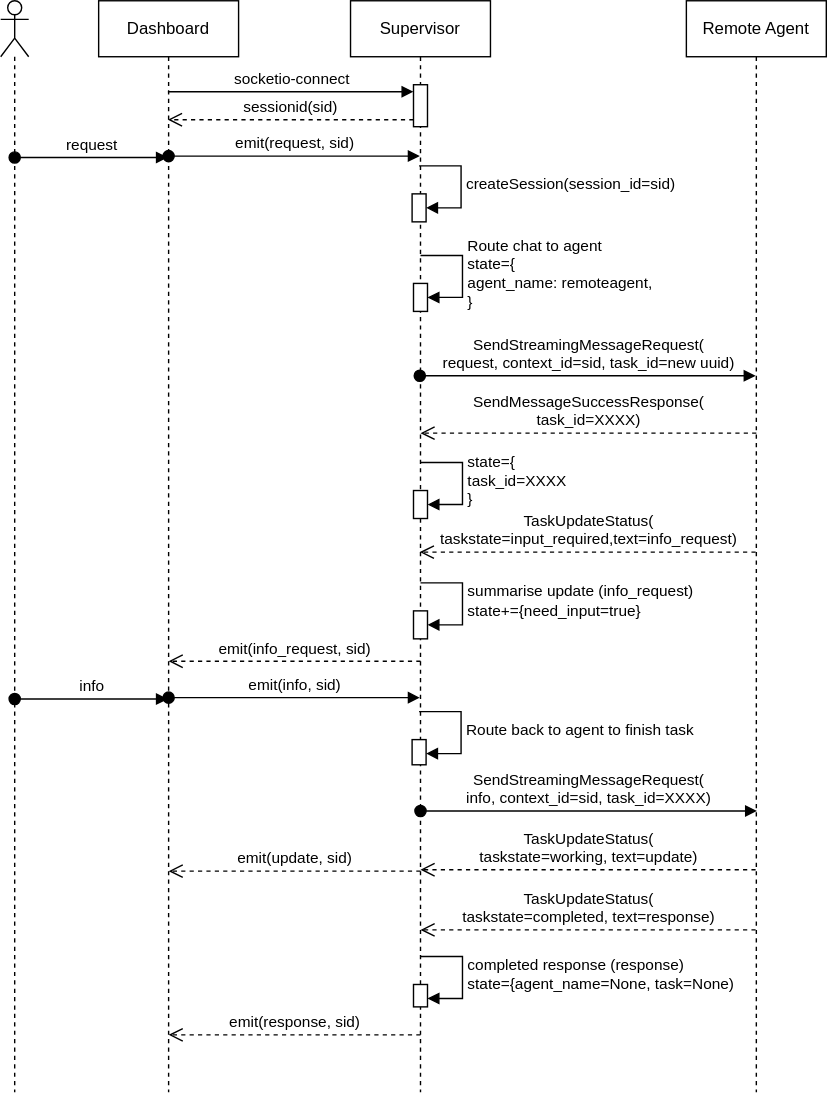
LeegenSteven/NetworkAgent-dev keeps this draw.io diagram as drawings/agent/chatinteraction.drawio.svg. Above is the earlier version. Source tidied: cells renumbered, new cells last; positions are measured from the earlier drawing's top-left corner, leaving out a move shared by most shapes.
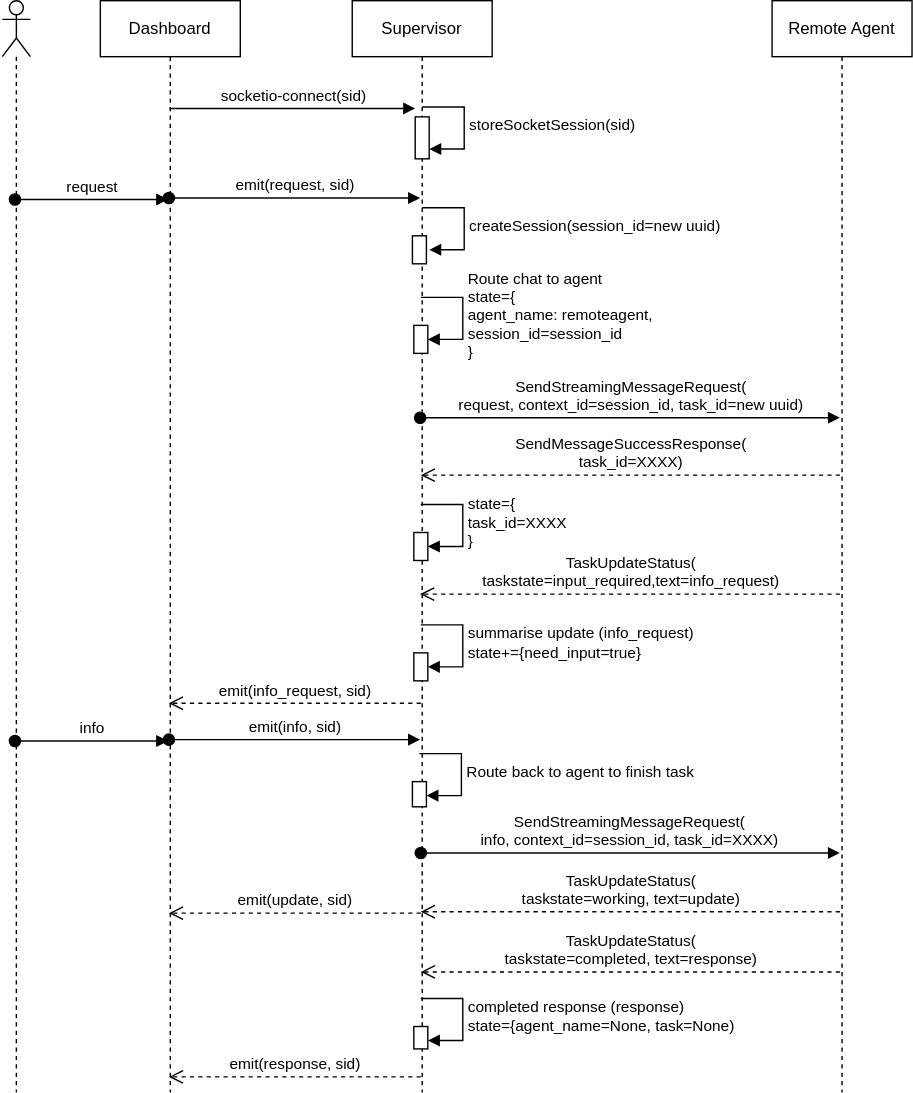
After the change.

What changed in the source:
```diff
@@ -12,160 +12,170 @@
       <mxGeometry x="250" width="100" height="780" as="geometry" />
     </mxCell>
     <mxCell id="5" style="html=1;points=[[0,0,0,0,5],[0,1,0,0,-5],[1,0,0,0,5],[1,1,0,0,-5]];perimeter=orthogonalPerimeter;outlineConnect=0;targetShapes=umlLifeline;portConstraint=eastwest;newEdgeStyle={&quot;curved&quot;:0,&quot;rounded&quot;:0};" parent="4" vertex="1">
-      <mxGeometry x="45" y="60" width="10" height="30" as="geometry" />
+      <mxGeometry x="45" y="83" width="10" height="30" as="geometry" />
     </mxCell>
     <mxCell id="6" style="html=1;points=[[0,0,0,0,5],[0,1,0,0,-5],[1,0,0,0,5],[1,1,0,0,-5]];perimeter=orthogonalPerimeter;outlineConnect=0;targetShapes=umlLifeline;portConstraint=eastwest;newEdgeStyle={&quot;curved&quot;:0,&quot;rounded&quot;:0};" parent="4" vertex="1">
-      <mxGeometry x="45" y="202" width="10" height="20" as="geometry" />
+      <mxGeometry x="44" y="232" width="10" height="20" as="geometry" />
     </mxCell>
-    <mxCell id="7" value="Route chat to agent&lt;div&gt;&amp;nbsp; state={&lt;/div&gt;&lt;div&gt;&amp;nbsp; &amp;nbsp; agent_name: remoteagent,&amp;nbsp;&lt;/div&gt;&lt;div&gt;&lt;span style=&quot;background-color: light-dark(#ffffff, var(--ge-dark-color, #121212));&quot;&gt;&amp;nbsp; }&lt;/span&gt;&lt;/div&gt;" style="html=1;align=left;spacingLeft=2;endArrow=block;rounded=0;edgeStyle=orthogonalEdgeStyle;curved=0;rounded=0;" parent="4" edge="1" target="6">
+    <mxCell id="7" value="Route chat to agent&lt;div&gt;&amp;nbsp; state={&lt;/div&gt;&lt;div&gt;&amp;nbsp; &amp;nbsp; agent_name: remoteagent,&lt;/div&gt;&lt;div&gt;&amp;nbsp; &amp;nbsp; session_id=session_id&amp;nbsp;&lt;/div&gt;&lt;div&gt;&lt;span style=&quot;background-color: light-dark(#ffffff, var(--ge-dark-color, #121212));&quot;&gt;&amp;nbsp; }&lt;/span&gt;&lt;/div&gt;" style="html=1;align=left;spacingLeft=2;endArrow=block;rounded=0;edgeStyle=orthogonalEdgeStyle;curved=0;rounded=0;" parent="4" edge="1" target="6">
       <mxGeometry x="0.01" relative="1" as="geometry">
-        <mxPoint x="50" y="182" as="sourcePoint" />
+        <mxPoint x="49" y="212" as="sourcePoint" />
         <Array as="points">
-          <mxPoint x="80" y="212" />
+          <mxPoint x="79" y="242" />
         </Array>
       </mxGeometry>
     </mxCell>
     <mxCell id="8" style="html=1;points=[[0,0,0,0,5],[0,1,0,0,-5],[1,0,0,0,5],[1,1,0,0,-5]];perimeter=orthogonalPerimeter;outlineConnect=0;targetShapes=umlLifeline;portConstraint=eastwest;newEdgeStyle={&quot;curved&quot;:0,&quot;rounded&quot;:0};" parent="4" vertex="1">
-      <mxGeometry x="44" y="138" width="10" height="20" as="geometry" />
+      <mxGeometry x="43" y="168" width="10" height="20" as="geometry" />
     </mxCell>
-    <mxCell id="9" value="createSession(session_id=sid)" style="html=1;align=left;spacingLeft=2;endArrow=block;rounded=0;edgeStyle=orthogonalEdgeStyle;curved=0;rounded=0;" parent="4" edge="1" target="8">
+    <mxCell id="9" value="createSession(session_id=new uuid)" style="html=1;align=left;spacingLeft=2;endArrow=block;rounded=0;edgeStyle=orthogonalEdgeStyle;curved=0;rounded=0;" parent="4" edge="1">
       <mxGeometry x="0.01" relative="1" as="geometry">
-        <mxPoint x="49" y="118" as="sourcePoint" />
+        <mxPoint x="50" y="148" as="sourcePoint" />
+        <mxPoint x="55" y="178" as="targetPoint" />
         <Array as="points">
-          <mxPoint x="79" y="148" />
+          <mxPoint x="80" y="178" />
         </Array>
       </mxGeometry>
     </mxCell>
     <mxCell id="10" style="html=1;points=[[0,0,0,0,5],[0,1,0,0,-5],[1,0,0,0,5],[1,1,0,0,-5]];perimeter=orthogonalPerimeter;outlineConnect=0;targetShapes=umlLifeline;portConstraint=eastwest;newEdgeStyle={&quot;curved&quot;:0,&quot;rounded&quot;:0};" parent="4" vertex="1">
-      <mxGeometry x="45" y="436" width="10" height="20" as="geometry" />
+      <mxGeometry x="44" y="466" width="10" height="20" as="geometry" />
     </mxCell>
     <mxCell id="11" value="&lt;div&gt;&lt;span style=&quot;background-color: light-dark(#ffffff, var(--ge-dark-color, #121212));&quot;&gt;summarise update (info_request)&lt;/span&gt;&lt;/div&gt;&lt;div&gt;&lt;span style=&quot;background-color: light-dark(#ffffff, var(--ge-dark-color, #121212));&quot;&gt;state+={need_input=true}&lt;/span&gt;&lt;/div&gt;" style="html=1;align=left;spacingLeft=2;endArrow=block;rounded=0;edgeStyle=orthogonalEdgeStyle;curved=0;rounded=0;" parent="4" edge="1" target="10">
       <mxGeometry x="0.01" relative="1" as="geometry">
-        <mxPoint x="50" y="416" as="sourcePoint" />
+        <mxPoint x="49" y="446" as="sourcePoint" />
         <Array as="points">
-          <mxPoint x="80" y="446" />
+          <mxPoint x="79" y="476" />
         </Array>
       </mxGeometry>
     </mxCell>
     <mxCell id="12" style="html=1;points=[[0,0,0,0,5],[0,1,0,0,-5],[1,0,0,0,5],[1,1,0,0,-5]];perimeter=orthogonalPerimeter;outlineConnect=0;targetShapes=umlLifeline;portConstraint=eastwest;newEdgeStyle={&quot;curved&quot;:0,&quot;rounded&quot;:0};" parent="4" vertex="1">
-      <mxGeometry x="44" y="528" width="10" height="18" as="geometry" />
+      <mxGeometry x="43" y="558" width="10" height="18" as="geometry" />
     </mxCell>
     <mxCell id="13" value="Route back to agent to finish task" style="html=1;align=left;spacingLeft=2;endArrow=block;rounded=0;edgeStyle=orthogonalEdgeStyle;curved=0;rounded=0;" parent="4" edge="1" target="12">
       <mxGeometry relative="1" as="geometry">
-        <mxPoint x="49" y="508" as="sourcePoint" />
+        <mxPoint x="48" y="538" as="sourcePoint" />
         <Array as="points">
-          <mxPoint x="79" y="538" />
+          <mxPoint x="78" y="568" />
         </Array>
       </mxGeometry>
     </mxCell>
     <mxCell id="14" style="html=1;points=[[0,0,0,0,5],[0,1,0,0,-5],[1,0,0,0,5],[1,1,0,0,-5]];perimeter=orthogonalPerimeter;outlineConnect=0;targetShapes=umlLifeline;portConstraint=eastwest;newEdgeStyle={&quot;curved&quot;:0,&quot;rounded&quot;:0};" parent="4" vertex="1">
-      <mxGeometry x="45" y="703" width="10" height="16" as="geometry" />
+      <mxGeometry x="44" y="733" width="10" height="16" as="geometry" />
     </mxCell>
     <mxCell id="15" value="completed response (response)&lt;div&gt;state={agent_name=None, task=None)&lt;/div&gt;" style="html=1;align=left;spacingLeft=2;endArrow=block;rounded=0;edgeStyle=orthogonalEdgeStyle;curved=0;rounded=0;" parent="4" edge="1" target="14">
       <mxGeometry x="0.01" relative="1" as="geometry">
-        <mxPoint x="50" y="683" as="sourcePoint" />
+        <mxPoint x="49" y="713" as="sourcePoint" />
         <Array as="points">
-          <mxPoint x="80" y="713" />
+          <mxPoint x="79" y="743" />
         </Array>
       </mxGeometry>
     </mxCell>
     <mxCell id="16" style="html=1;points=[[0,0,0,0,5],[0,1,0,0,-5],[1,0,0,0,5],[1,1,0,0,-5]];perimeter=orthogonalPerimeter;outlineConnect=0;targetShapes=umlLifeline;portConstraint=eastwest;newEdgeStyle={&quot;curved&quot;:0,&quot;rounded&quot;:0};" parent="4" vertex="1">
-      <mxGeometry x="45" y="350" width="10" height="20" as="geometry" />
+      <mxGeometry x="44" y="380" width="10" height="20" as="geometry" />
     </mxCell>
     <mxCell id="17" value="state={&lt;div&gt;&amp;nbsp; task_id=XXXX&lt;/div&gt;&lt;div&gt;}&lt;/div&gt;" style="html=1;align=left;spacingLeft=2;endArrow=block;rounded=0;edgeStyle=orthogonalEdgeStyle;curved=0;rounded=0;" parent="4" edge="1" target="16">
       <mxGeometry x="0.01" relative="1" as="geometry">
-        <mxPoint x="50" y="330" as="sourcePoint" />
+        <mxPoint x="49" y="360" as="sourcePoint" />
         <Array as="points">
-          <mxPoint x="80" y="360" />
+          <mxPoint x="79" y="390" />
         </Array>
       </mxGeometry>
     </mxCell>
     <mxCell id="18" value="Remote Agent" style="shape=umlLifeline;perimeter=lifelinePerimeter;whiteSpace=wrap;html=1;newEdgeStyle={&quot;curved&quot;:0,&quot;rounded&quot;:0};" parent="1" vertex="1">
-      <mxGeometry x="490" width="100" height="780" as="geometry" />
+      <mxGeometry x="550" width="100" height="780" as="geometry" />
     </mxCell>
     <mxCell id="19" value="request" style="html=1;verticalAlign=bottom;startArrow=oval;startFill=1;endArrow=block;startSize=8;curved=0;rounded=0;" parent="1" edge="1">
       <mxGeometry relative="1" as="geometry">
-        <mxPoint x="10" y="112" as="sourcePoint" />
-        <mxPoint x="119.5" y="112" as="targetPoint" />
+        <mxPoint x="9" y="142" as="sourcePoint" />
+        <mxPoint x="118.5" y="142" as="targetPoint" />
       </mxGeometry>
     </mxCell>
-    <mxCell id="20" value="sessionid(sid)" style="html=1;verticalAlign=bottom;endArrow=open;dashed=1;endSize=8;curved=0;rounded=0;exitX=0;exitY=1;exitDx=0;exitDy=-5;" parent="1" edge="1" source="5" target="3">
-      <mxGeometry relative="1" as="geometry" />
-    </mxCell>
     <mxCell id="21" value="emit(request, sid)" style="html=1;verticalAlign=bottom;startArrow=oval;startFill=1;endArrow=block;startSize=8;curved=0;rounded=0;" parent="1" edge="1">
       <mxGeometry relative="1" as="geometry">
-        <mxPoint x="120" y="111" as="sourcePoint" />
-        <mxPoint x="299.5" y="111" as="targetPoint" />
+        <mxPoint x="119" y="141" as="sourcePoint" />
+        <mxPoint x="298.5" y="141" as="targetPoint" />
       </mxGeometry>
     </mxCell>
-    <mxCell id="22" value="SendStreamingMessageRequest(&lt;div&gt;request, context_id=sid, task_id=new uuid)&lt;/div&gt;" style="html=1;verticalAlign=bottom;startArrow=oval;startFill=1;endArrow=block;startSize=8;curved=0;rounded=0;" parent="1" edge="1">
+    <mxCell id="22" value="SendStreamingMessageRequest(&lt;div&gt;request, context_id=session_id, task_id=new uuid)&lt;/div&gt;" style="html=1;verticalAlign=bottom;startArrow=oval;startFill=1;endArrow=block;startSize=8;curved=0;rounded=0;" parent="1" edge="1">
       <mxGeometry relative="1" as="geometry">
-        <mxPoint x="299.5" y="268" as="sourcePoint" />
-        <mxPoint x="539.5" y="268" as="targetPoint" />
+        <mxPoint x="298.5" y="298" as="sourcePoint" />
+        <mxPoint x="598.5" y="298" as="targetPoint" />
       </mxGeometry>
     </mxCell>
-    <mxCell id="23" value="socketio-connect" style="html=1;verticalAlign=bottom;endArrow=block;curved=0;rounded=0;entryX=0;entryY=0;entryDx=0;entryDy=5;" parent="1" edge="1" source="3" target="5">
-      <mxGeometry relative="1" as="geometry" />
+    <mxCell id="23" value="socketio-connect(sid)" style="html=1;verticalAlign=bottom;endArrow=block;curved=0;rounded=0;entryX=0;entryY=0;entryDx=0;entryDy=5;" parent="1" edge="1">
+      <mxGeometry relative="1" as="geometry">
+        <mxPoint x="119.5" y="77" as="sourcePoint" />
+        <mxPoint x="295" y="77" as="targetPoint" />
+      </mxGeometry>
     </mxCell>
     <mxCell id="24" value="TaskUpdateStatus(&lt;div&gt;taskstate=input_required,text=info_request)&lt;/div&gt;" style="html=1;verticalAlign=bottom;endArrow=open;dashed=1;endSize=8;curved=0;rounded=0;" parent="1" edge="1">
       <mxGeometry relative="1" as="geometry">
-        <mxPoint x="539.5" y="394" as="sourcePoint" />
-        <mxPoint x="299.5" y="394" as="targetPoint" />
+        <mxPoint x="598.5" y="424" as="sourcePoint" />
+        <mxPoint x="298.5" y="424" as="targetPoint" />
       </mxGeometry>
     </mxCell>
     <mxCell id="25" value="TaskUpdateStatus(&lt;div&gt;taskstate=completed, text=response)&lt;/div&gt;" style="html=1;verticalAlign=bottom;endArrow=open;dashed=1;endSize=8;curved=0;rounded=0;" parent="1" edge="1">
       <mxGeometry relative="1" as="geometry">
-        <mxPoint x="539.5" y="664" as="sourcePoint" />
-        <mxPoint x="300" y="664" as="targetPoint" />
+        <mxPoint x="598.5" y="694" as="sourcePoint" />
+        <mxPoint x="299" y="694" as="targetPoint" />
       </mxGeometry>
     </mxCell>
     <mxCell id="26" value="emit(info_request, sid)" style="html=1;verticalAlign=bottom;endArrow=open;dashed=1;endSize=8;curved=0;rounded=0;" parent="1" edge="1">
       <mxGeometry relative="1" as="geometry">
-        <mxPoint x="300" y="472" as="sourcePoint" />
-        <mxPoint x="120" y="472" as="targetPoint" />
+        <mxPoint x="299" y="502" as="sourcePoint" />
+        <mxPoint x="119" y="502" as="targetPoint" />
       </mxGeometry>
     </mxCell>
     <mxCell id="27" value="info" style="html=1;verticalAlign=bottom;startArrow=oval;startFill=1;endArrow=block;startSize=8;curved=0;rounded=0;" parent="1" edge="1">
       <mxGeometry relative="1" as="geometry">
-        <mxPoint x="10" y="499" as="sourcePoint" />
-        <mxPoint x="119.5" y="499" as="targetPoint" />
+        <mxPoint x="9" y="529" as="sourcePoint" />
+        <mxPoint x="118.5" y="529" as="targetPoint" />
       </mxGeometry>
     </mxCell>
     <mxCell id="28" value="emit(info, sid)" style="html=1;verticalAlign=bottom;startArrow=oval;startFill=1;endArrow=block;startSize=8;curved=0;rounded=0;" parent="1" edge="1">
       <mxGeometry relative="1" as="geometry">
-        <mxPoint x="120" y="498" as="sourcePoint" />
-        <mxPoint x="299.5" y="498" as="targetPoint" />
+        <mxPoint x="119" y="528" as="sourcePoint" />
+        <mxPoint x="298.5" y="528" as="targetPoint" />
       </mxGeometry>
     </mxCell>
-    <mxCell id="29" value="SendStreamingMessageRequest(&lt;div&gt;info, context_id=sid, task_id=XXXX)&lt;/div&gt;" style="html=1;verticalAlign=bottom;startArrow=oval;startFill=1;endArrow=block;startSize=8;curved=0;rounded=0;" parent="1" edge="1">
+    <mxCell id="29" value="SendStreamingMessageRequest(&lt;div&gt;info, context_id=session_id, task_id=XXXX)&lt;/div&gt;" style="html=1;verticalAlign=bottom;startArrow=oval;startFill=1;endArrow=block;startSize=8;curved=0;rounded=0;" parent="1" edge="1">
       <mxGeometry relative="1" as="geometry">
-        <mxPoint x="300" y="579" as="sourcePoint" />
-        <mxPoint x="540.5" y="579" as="targetPoint" />
+        <mxPoint x="299" y="609" as="sourcePoint" />
+        <mxPoint x="598.5" y="609" as="targetPoint" />
       </mxGeometry>
     </mxCell>
     <mxCell id="30" value="emit(response, sid)" style="html=1;verticalAlign=bottom;endArrow=open;dashed=1;endSize=8;curved=0;rounded=0;" parent="1" edge="1">
       <mxGeometry relative="1" as="geometry">
-        <mxPoint x="300" y="739" as="sourcePoint" />
-        <mxPoint x="120" y="739" as="targetPoint" />
+        <mxPoint x="299" y="769" as="sourcePoint" />
+        <mxPoint x="119" y="769" as="targetPoint" />
       </mxGeometry>
     </mxCell>
     <mxCell id="31" value="TaskUpdateStatus(&lt;div&gt;taskstate=working, text=update)&lt;/div&gt;" style="html=1;verticalAlign=bottom;endArrow=open;dashed=1;endSize=8;curved=0;rounded=0;" parent="1" edge="1">
       <mxGeometry relative="1" as="geometry">
-        <mxPoint x="539.5" y="621" as="sourcePoint" />
-        <mxPoint x="300" y="621" as="targetPoint" />
+        <mxPoint x="598.5" y="651" as="sourcePoint" />
+        <mxPoint x="299" y="651" as="targetPoint" />
       </mxGeometry>
     </mxCell>
     <mxCell id="32" value="emit(update, sid)" style="html=1;verticalAlign=bottom;endArrow=open;dashed=1;endSize=8;curved=0;rounded=0;" parent="1" edge="1">
       <mxGeometry relative="1" as="geometry">
-        <mxPoint x="300" y="622" as="sourcePoint" />
-        <mxPoint x="120" y="622" as="targetPoint" />
+        <mxPoint x="299" y="652" as="sourcePoint" />
+        <mxPoint x="119" y="652" as="targetPoint" />
       </mxGeometry>
     </mxCell>
     <mxCell id="33" value="SendMessageSuccessResponse(&lt;div&gt;task_id=XXXX)&lt;/div&gt;" style="html=1;verticalAlign=bottom;endArrow=open;dashed=1;endSize=8;curved=0;rounded=0;" parent="1" edge="1">
       <mxGeometry relative="1" as="geometry">
-        <mxPoint x="540" y="309" as="sourcePoint" />
-        <mxPoint x="300" y="309" as="targetPoint" />
+        <mxPoint x="598.5" y="339" as="sourcePoint" />
+        <mxPoint x="299" y="339" as="targetPoint" />
       </mxGeometry>
     </mxCell>
+    <mxCell id="34" value="storeSocketSession(sid)" style="html=1;align=left;spacingLeft=2;endArrow=block;rounded=0;edgeStyle=orthogonalEdgeStyle;curved=0;rounded=0;" parent="1" edge="1">
+      <mxGeometry x="0.01" relative="1" as="geometry">
+        <mxPoint x="300" y="76" as="sourcePoint" />
+        <mxPoint x="305" y="106" as="targetPoint" />
+        <Array as="points">
+          <mxPoint x="330" y="106" />
+        </Array>
+      </mxGeometry>
+    </mxCell>
   </root>
 </mxGraphModel>
```
